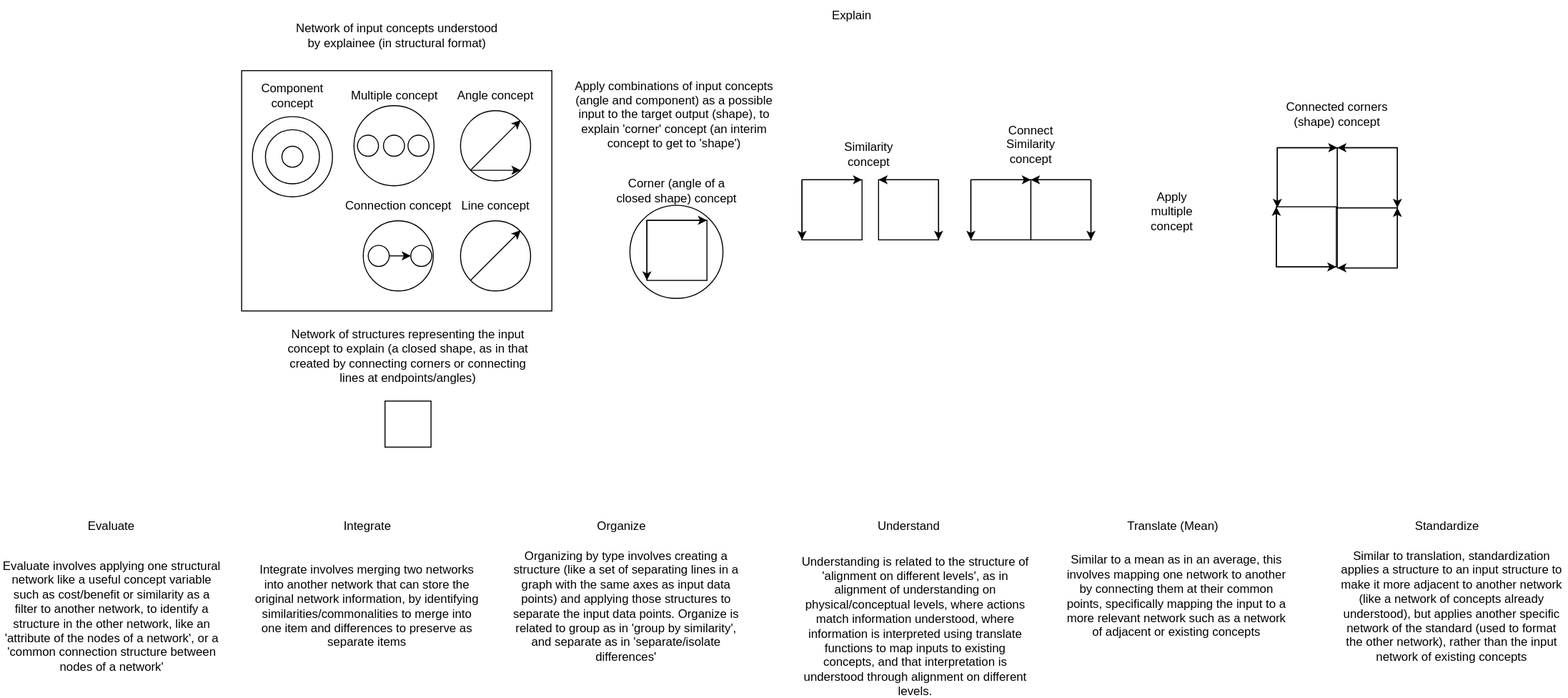
Earlier version of the draw.io export docs/objects/network_language_examples.svg (outdreamer/build-a-cure). Source tidied: cells renumbered, new cells last; positions are measured from the earlier drawing's top-left corner, leaving out a move shared by most shapes.
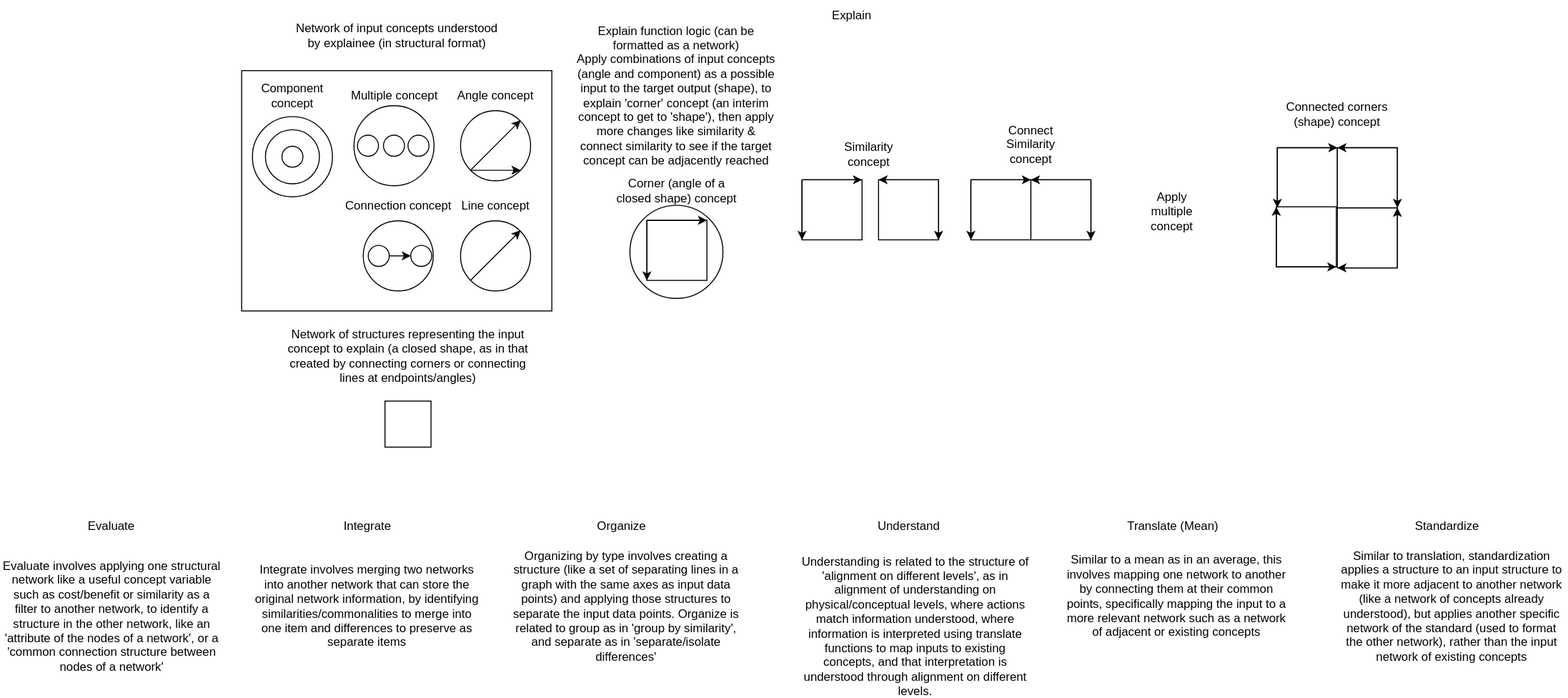
The same diagram one commit later.

Change to the diagram source:
```diff
@@ -214,8 +214,8 @@
     <mxCell id="64" style="ellipse;whiteSpace=wrap;html=1;" parent="1" vertex="1">
       <mxGeometry x="280.2" y="145.5" width="21" height="21" as="geometry" />
     </mxCell>
-    <mxCell id="65" value="Apply combinations of input concepts (angle and component) as a possible input to the target output (shape), to explain 'corner' concept (an interim concept to get to 'shape')" style="text;html=1;strokeColor=none;fillColor=none;align=center;verticalAlign=middle;whiteSpace=wrap;rounded=0;" parent="1" vertex="1">
-      <mxGeometry x="570" y="99" width="205" height="30" as="geometry" />
+    <mxCell id="65" value="Explain function logic (can be formatted as a network)&lt;br&gt;Apply combinations of input concepts (angle and component) as a possible input to the target output (shape), to explain 'corner' concept (an interim concept to get to 'shape'), then apply more changes like similarity &amp;amp; connect similarity to see if the target concept can be adjacently reached" style="text;html=1;strokeColor=none;fillColor=none;align=center;verticalAlign=middle;whiteSpace=wrap;rounded=0;" parent="1" vertex="1">
+      <mxGeometry x="572" y="80" width="205" height="30" as="geometry" />
     </mxCell>
     <mxCell id="66" style="whiteSpace=wrap;html=1;" parent="1" vertex="1">
       <mxGeometry x="383.2" y="400" width="46" height="46" as="geometry" />
```
